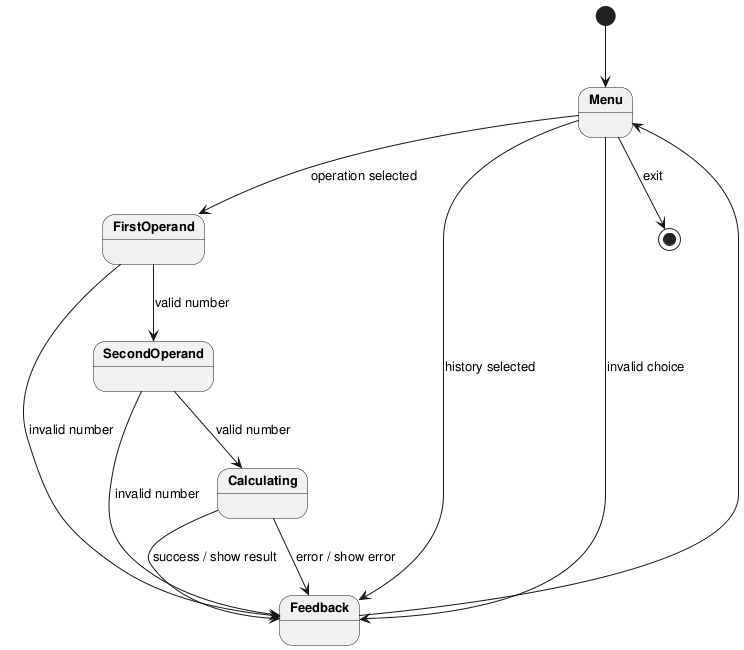
Earlier version of the PlantUML export experiments/broadcast/user_stories/calculator/artifacts/state_diagram_interactive.png (DanielRiha8906/Software_autoevolution_using_agents).
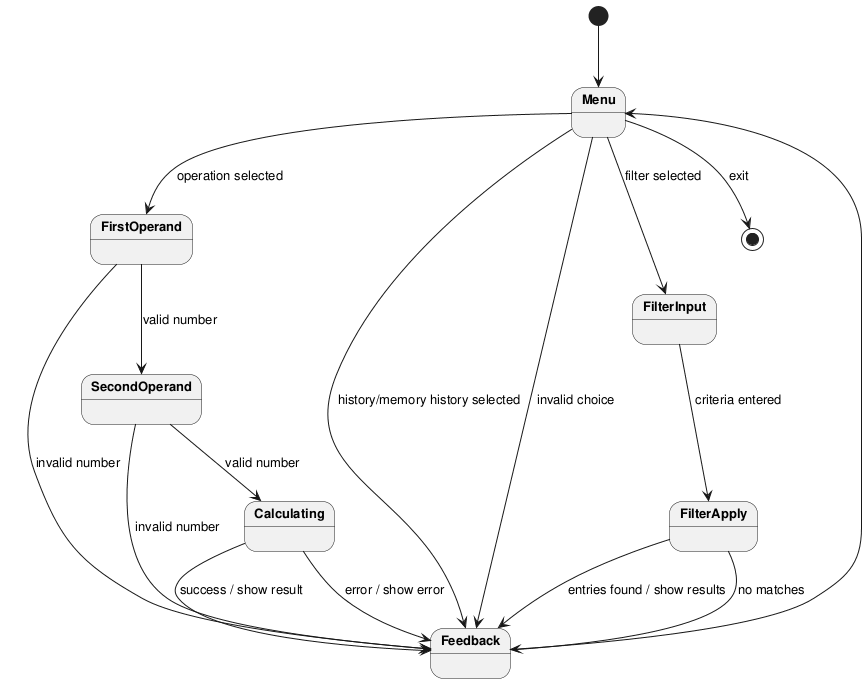
After the change.

What changed in the source:
```diff
@@ -8,7 +8,8 @@
 [*] --> Menu
 
 Menu --> FirstOperand : operation selected
-Menu --> Feedback : history selected
+Menu --> Feedback : history/memory history selected
+Menu --> FilterInput : filter selected
 Menu --> Feedback : invalid choice
 Menu --> [*] : exit
 
@@ -20,6 +21,11 @@
 
 Calculating --> Feedback : success / show result
 Calculating --> Feedback : error / show error
+
+FilterInput --> FilterApply : criteria entered
+FilterApply --> Feedback : entries found / show results
+FilterApply --> Feedback : no matches
+
 Feedback --> Menu
 
 @enduml
```
